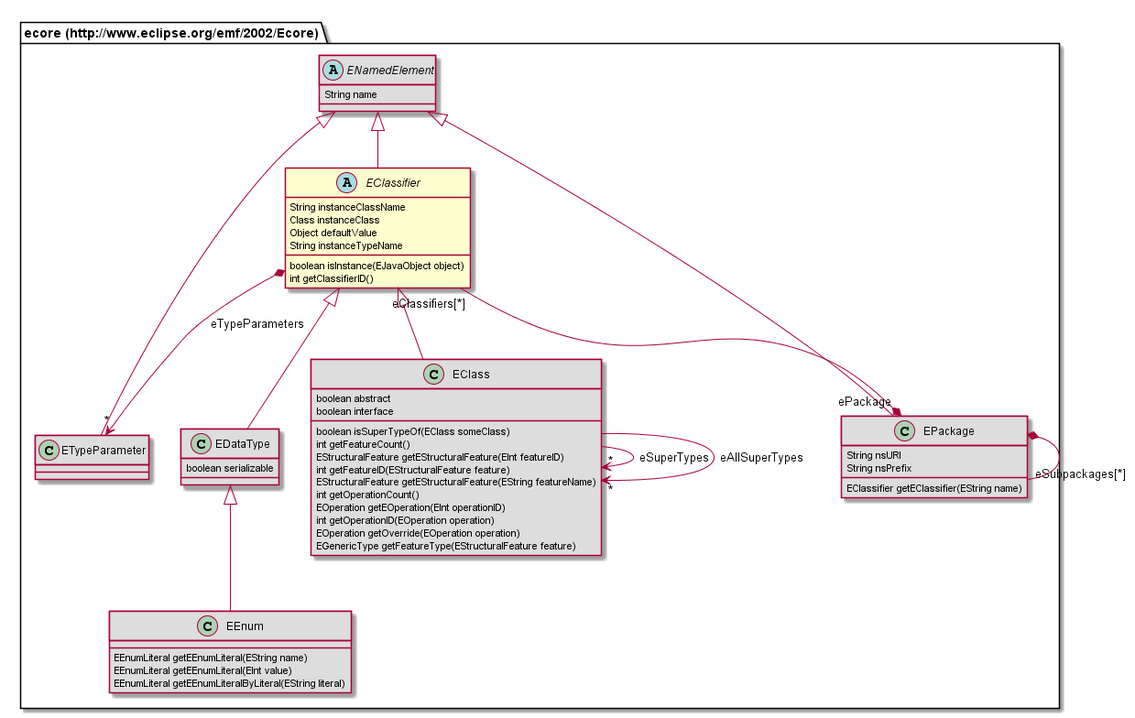
Above: org.nasdanika.cdo.security/site/resources/modeldoc/687474703a2f2f7777772e65636c697073652e6f72672f656d662f323030322f45636f7265/EClassifier.png in Nasdanika/server (PlantUML), before the change.
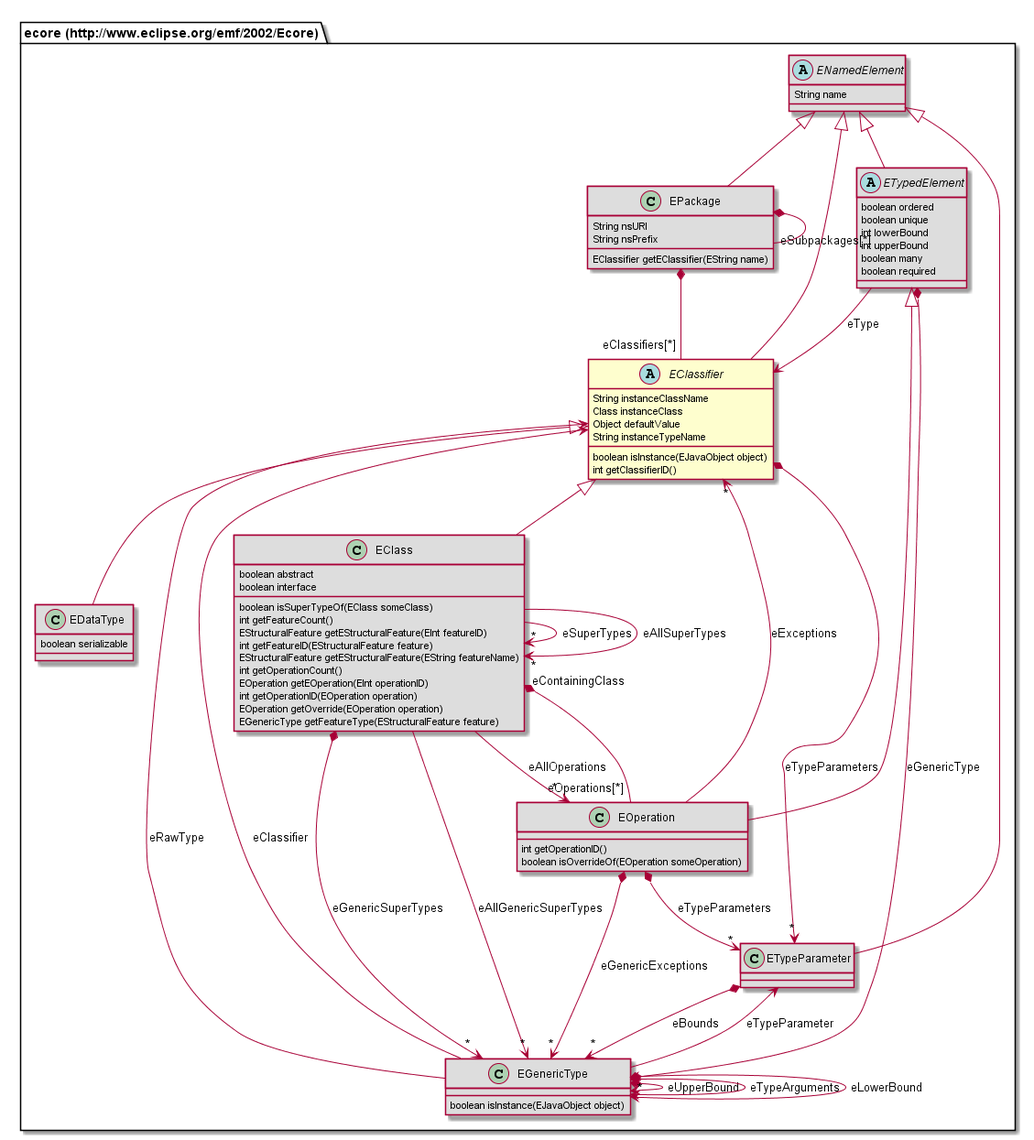
Later version of the same file.

Diff of the diagram source:
```diff
@@ -7,11 +7,33 @@
 	boolean isInstance(EJavaObject object)
 	int getClassifierID()
 }
-class "ecore (http://www.eclipse.org/emf/2002/Ecore).EDataType" [[#router/doc-content/687474703a2f2f7777772e65636c697073652e6f72672f656d662f323030322f45636f7265/EDataType.html]] #DDDDDD {
-	boolean serializable
+abstract class "ecore (http://www.eclipse.org/emf/2002/Ecore).ETypedElement" [[#router/doc-content/687474703a2f2f7777772e65636c697073652e6f72672f656d662f323030322f45636f7265/ETypedElement.html]] #DDDDDD {
+	boolean ordered
+	boolean unique
+	int lowerBound
+	int upperBound
+	boolean many
+	boolean required
+}
+class "ecore (http://www.eclipse.org/emf/2002/Ecore).EPackage" [[#router/doc-content/687474703a2f2f7777772e65636c697073652e6f72672f656d662f323030322f45636f7265/EPackage.html]] #DDDDDD {
+	String nsURI
+	String nsPrefix
+	EClassifier getEClassifier(EString name)
+}
+class "ecore (http://www.eclipse.org/emf/2002/Ecore).ETypeParameter" [[#router/doc-content/687474703a2f2f7777772e65636c697073652e6f72672f656d662f323030322f45636f7265/ETypeParameter.html]] #DDDDDD {
+}
+class "ecore (http://www.eclipse.org/emf/2002/Ecore).EOperation" [[#router/doc-content/687474703a2f2f7777772e65636c697073652e6f72672f656d662f323030322f45636f7265/EOperation.html]] #DDDDDD {
+	int getOperationID()
+	boolean isOverrideOf(EOperation someOperation)
 }
 abstract class "ecore (http://www.eclipse.org/emf/2002/Ecore).ENamedElement" [[#router/doc-content/687474703a2f2f7777772e65636c697073652e6f72672f656d662f323030322f45636f7265/ENamedElement.html]] #DDDDDD {
 	String name
+}
+class "ecore (http://www.eclipse.org/emf/2002/Ecore).EGenericType" [[#router/doc-content/687474703a2f2f7777772e65636c697073652e6f72672f656d662f323030322f45636f7265/EGenericType.html]] #DDDDDD {
+	boolean isInstance(EJavaObject object)
+}
+class "ecore (http://www.eclipse.org/emf/2002/Ecore).EDataType" [[#router/doc-content/687474703a2f2f7777772e65636c697073652e6f72672f656d662f323030322f45636f7265/EDataType.html]] #DDDDDD {
+	boolean serializable
 }
 class "ecore (http://www.eclipse.org/emf/2002/Ecore).EClass" [[#router/doc-content/687474703a2f2f7777772e65636c697073652e6f72672f656d662f323030322f45636f7265/EClass.html]] #DDDDDD {
 	boolean abstract
@@ -27,27 +49,32 @@
 	EOperation getOverride(EOperation operation)
 	EGenericType getFeatureType(EStructuralFeature feature)
 }
-class "ecore (http://www.eclipse.org/emf/2002/Ecore).EEnum" [[#router/doc-content/687474703a2f2f7777772e65636c697073652e6f72672f656d662f323030322f45636f7265/EEnum.html]] #DDDDDD {
-	EEnumLiteral getEEnumLiteral(EString name)
-	EEnumLiteral getEEnumLiteral(EInt value)
-	EEnumLiteral getEEnumLiteralByLiteral(EString literal)
-}
-class "ecore (http://www.eclipse.org/emf/2002/Ecore).ETypeParameter" [[#router/doc-content/687474703a2f2f7777772e65636c697073652e6f72672f656d662f323030322f45636f7265/ETypeParameter.html]] #DDDDDD {
-}
-class "ecore (http://www.eclipse.org/emf/2002/Ecore).EPackage" [[#router/doc-content/687474703a2f2f7777772e65636c697073652e6f72672f656d662f323030322f45636f7265/EPackage.html]] #DDDDDD {
-	String nsURI
-	String nsPrefix
-	EClassifier getEClassifier(EString name)
-}
+"ecore (http://www.eclipse.org/emf/2002/Ecore).ENamedElement" <|-- "ecore (http://www.eclipse.org/emf/2002/Ecore).ETypedElement"
+"ecore (http://www.eclipse.org/emf/2002/Ecore).ENamedElement" <|-- "ecore (http://www.eclipse.org/emf/2002/Ecore).EPackage"
+"ecore (http://www.eclipse.org/emf/2002/Ecore).ENamedElement" <|-- "ecore (http://www.eclipse.org/emf/2002/Ecore).ETypeParameter"
+"ecore (http://www.eclipse.org/emf/2002/Ecore).ETypedElement" <|-- "ecore (http://www.eclipse.org/emf/2002/Ecore).EOperation"
+"ecore (http://www.eclipse.org/emf/2002/Ecore).ENamedElement" <|-- "ecore (http://www.eclipse.org/emf/2002/Ecore).EClassifier"
 "ecore (http://www.eclipse.org/emf/2002/Ecore).EClassifier" <|-- "ecore (http://www.eclipse.org/emf/2002/Ecore).EDataType"
-"ecore (http://www.eclipse.org/emf/2002/Ecore).ENamedElement" <|-- "ecore (http://www.eclipse.org/emf/2002/Ecore).EClassifier"
 "ecore (http://www.eclipse.org/emf/2002/Ecore).EClassifier" <|-- "ecore (http://www.eclipse.org/emf/2002/Ecore).EClass"
-"ecore (http://www.eclipse.org/emf/2002/Ecore).EDataType" <|-- "ecore (http://www.eclipse.org/emf/2002/Ecore).EEnum"
-"ecore (http://www.eclipse.org/emf/2002/Ecore).ENamedElement" <|-- "ecore (http://www.eclipse.org/emf/2002/Ecore).ETypeParameter"
-"ecore (http://www.eclipse.org/emf/2002/Ecore).ENamedElement" <|-- "ecore (http://www.eclipse.org/emf/2002/Ecore).EPackage"
-"ecore (http://www.eclipse.org/emf/2002/Ecore).EClassifier" "eClassifiers[*]" --* "ePackage" "ecore (http://www.eclipse.org/emf/2002/Ecore).EPackage"
+"ecore (http://www.eclipse.org/emf/2002/Ecore).ETypedElement" --> "ecore (http://www.eclipse.org/emf/2002/Ecore).EClassifier" : eType
+"ecore (http://www.eclipse.org/emf/2002/Ecore).ETypedElement" *--> "ecore (http://www.eclipse.org/emf/2002/Ecore).EGenericType" : eGenericType
+"ecore (http://www.eclipse.org/emf/2002/Ecore).EPackage" *-- "eClassifiers[*]" "ecore (http://www.eclipse.org/emf/2002/Ecore).EClassifier"
+"ecore (http://www.eclipse.org/emf/2002/Ecore).EPackage" *-- "eSubpackages[*]" "ecore (http://www.eclipse.org/emf/2002/Ecore).EPackage"
+"ecore (http://www.eclipse.org/emf/2002/Ecore).ETypeParameter" *--> "*" "ecore (http://www.eclipse.org/emf/2002/Ecore).EGenericType" : eBounds
+"ecore (http://www.eclipse.org/emf/2002/Ecore).EOperation" "eOperations[*]" --* "eContainingClass" "ecore (http://www.eclipse.org/emf/2002/Ecore).EClass"
+"ecore (http://www.eclipse.org/emf/2002/Ecore).EOperation" *--> "*" "ecore (http://www.eclipse.org/emf/2002/Ecore).ETypeParameter" : eTypeParameters
+"ecore (http://www.eclipse.org/emf/2002/Ecore).EOperation" --> "*" "ecore (http://www.eclipse.org/emf/2002/Ecore).EClassifier" : eExceptions
+"ecore (http://www.eclipse.org/emf/2002/Ecore).EOperation" *--> "*" "ecore (http://www.eclipse.org/emf/2002/Ecore).EGenericType" : eGenericExceptions
 "ecore (http://www.eclipse.org/emf/2002/Ecore).EClassifier" *--> "*" "ecore (http://www.eclipse.org/emf/2002/Ecore).ETypeParameter" : eTypeParameters
+"ecore (http://www.eclipse.org/emf/2002/Ecore).EGenericType" *--> "ecore (http://www.eclipse.org/emf/2002/Ecore).EGenericType" : eUpperBound
+"ecore (http://www.eclipse.org/emf/2002/Ecore).EGenericType" *--> "*" "ecore (http://www.eclipse.org/emf/2002/Ecore).EGenericType" : eTypeArguments
+"ecore (http://www.eclipse.org/emf/2002/Ecore).EGenericType" --> "ecore (http://www.eclipse.org/emf/2002/Ecore).EClassifier" : eRawType
+"ecore (http://www.eclipse.org/emf/2002/Ecore).EGenericType" *--> "ecore (http://www.eclipse.org/emf/2002/Ecore).EGenericType" : eLowerBound
+"ecore (http://www.eclipse.org/emf/2002/Ecore).EGenericType" --> "ecore (http://www.eclipse.org/emf/2002/Ecore).ETypeParameter" : eTypeParameter
+"ecore (http://www.eclipse.org/emf/2002/Ecore).EGenericType" --> "ecore (http://www.eclipse.org/emf/2002/Ecore).EClassifier" : eClassifier
 "ecore (http://www.eclipse.org/emf/2002/Ecore).EClass" --> "*" "ecore (http://www.eclipse.org/emf/2002/Ecore).EClass" : eSuperTypes
+"ecore (http://www.eclipse.org/emf/2002/Ecore).EClass" --> "*" "ecore (http://www.eclipse.org/emf/2002/Ecore).EOperation" : eAllOperations
 "ecore (http://www.eclipse.org/emf/2002/Ecore).EClass" --> "*" "ecore (http://www.eclipse.org/emf/2002/Ecore).EClass" : eAllSuperTypes
-"ecore (http://www.eclipse.org/emf/2002/Ecore).EPackage" *-- "eSubpackages[*]" "ecore (http://www.eclipse.org/emf/2002/Ecore).EPackage"
+"ecore (http://www.eclipse.org/emf/2002/Ecore).EClass" *--> "*" "ecore (http://www.eclipse.org/emf/2002/Ecore).EGenericType" : eGenericSuperTypes
+"ecore (http://www.eclipse.org/emf/2002/Ecore).EClass" --> "*" "ecore (http://www.eclipse.org/emf/2002/Ecore).EGenericType" : eAllGenericSuperTypes
 @enduml
```
